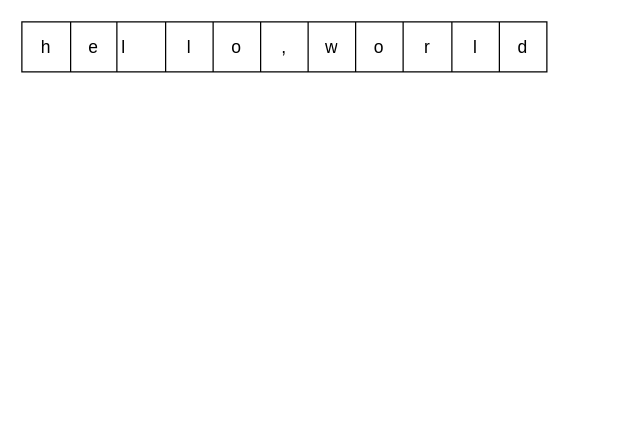
Earlier version of the draw.io diagram doc/diagram/第4章.drawio (houyaowei/front-end-beautifier-in-process). Source tidied: cells renumbered, new cells numbered last; positions are measured from the earlier drawing's top-left corner, leaving out a move shared by most shapes. Both pictures are drawn from the tidied source at 125%, with x=0, y=0 at pixel (21, 21).
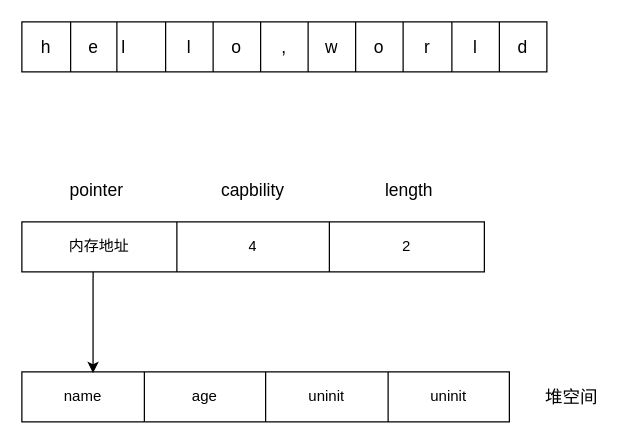
The same diagram, later.

Change to the diagram source:
```diff
@@
+    <mxCell id="15" style="shape=table;startSize=0;childLayout=tableLayout;" parent="1" vertex="1">
+      <mxGeometry y="160" width="370" height="40" as="geometry" />
+    </mxCell>
+    <mxCell id="16" style="shape=tableRow;horizontal=0;startSize=0;swimlaneHead=0;swimlaneBody=0;strokeColor=inherit;top=0;left=0;bottom=0;right=0;fillColor=none;points=[[0,0.5],[1,0.5]];portConstraint=eastwest;" parent="15" vertex="1">
+      <mxGeometry width="370" height="40" as="geometry" />
+    </mxCell>
+    <mxCell id="17" value="内存地址" style="shape=partialRectangle;html=1;whiteSpace=wrap;strokeColor=inherit;overflow=hidden;fillColor=none;top=0;left=0;bottom=0;right=0;" parent="16" vertex="1">
+      <mxGeometry width="124" height="40" as="geometry" />
+    </mxCell>
+    <mxCell id="18" value="4" style="shape=partialRectangle;html=1;whiteSpace=wrap;strokeColor=inherit;overflow=hidden;fillColor=none;top=0;left=0;bottom=0;right=0;" parent="16" vertex="1">
+      <mxGeometry x="124" width="122" height="40" as="geometry" />
+    </mxCell>
+    <mxCell id="19" value="2" style="shape=partialRectangle;html=1;whiteSpace=wrap;strokeColor=inherit;overflow=hidden;fillColor=none;top=0;left=0;bottom=0;right=0;" parent="16" vertex="1">
+      <mxGeometry x="246" width="124" height="40" as="geometry" />
+    </mxCell>
+    <mxCell id="20" style="shape=table;startSize=0;childLayout=tableLayout;" parent="1" vertex="1">
+      <mxGeometry y="280" width="390" height="40" as="geometry" />
+    </mxCell>
+    <mxCell id="21" style="shape=tableRow;horizontal=0;startSize=0;swimlaneHead=0;swimlaneBody=0;strokeColor=inherit;top=0;left=0;bottom=0;right=0;fillColor=none;points=[[0,0.5],[1,0.5]];portConstraint=eastwest;" parent="20" vertex="1">
+      <mxGeometry width="390" height="40" as="geometry" />
+    </mxCell>
+    <mxCell id="22" value="name" style="shape=partialRectangle;html=1;whiteSpace=wrap;strokeColor=inherit;overflow=hidden;fillColor=none;top=0;left=0;bottom=0;right=0;" parent="21" vertex="1">
+      <mxGeometry width="98" height="40" as="geometry" />
+    </mxCell>
+    <mxCell id="23" value="age" style="shape=partialRectangle;html=1;whiteSpace=wrap;strokeColor=inherit;overflow=hidden;fillColor=none;top=0;left=0;bottom=0;right=0;" parent="21" vertex="1">
+      <mxGeometry x="98" width="97" height="40" as="geometry" />
+    </mxCell>
+    <mxCell id="24" value="uninit" style="shape=partialRectangle;html=1;whiteSpace=wrap;strokeColor=inherit;overflow=hidden;fillColor=none;top=0;left=0;bottom=0;right=0;" parent="21" vertex="1">
+      <mxGeometry x="195" width="98" height="40" as="geometry" />
+    </mxCell>
+    <mxCell id="25" value="uninit" style="shape=partialRectangle;html=1;whiteSpace=wrap;strokeColor=inherit;overflow=hidden;fillColor=none;top=0;left=0;bottom=0;right=0;" parent="21" vertex="1">
+      <mxGeometry x="293" width="97" height="40" as="geometry" />
+    </mxCell>
+    <mxCell id="26" value="&lt;font style=&quot;font-size: 14px;&quot;&gt;pointer&lt;/font&gt;" style="text;html=1;align=center;verticalAlign=middle;whiteSpace=wrap;rounded=0;" parent="1" vertex="1">
+      <mxGeometry x="30" y="120" width="60" height="30" as="geometry" />
+    </mxCell>
+    <mxCell id="27" value="&lt;font style=&quot;font-size: 14px;&quot;&gt;capbility&lt;/font&gt;" style="text;html=1;align=center;verticalAlign=middle;whiteSpace=wrap;rounded=0;" parent="1" vertex="1">
+      <mxGeometry x="145" y="120" width="80" height="30" as="geometry" />
+    </mxCell>
+    <mxCell id="28" value="&lt;font style=&quot;font-size: 14px;&quot;&gt;length&lt;/font&gt;" style="text;html=1;align=center;verticalAlign=middle;whiteSpace=wrap;rounded=0;" parent="1" vertex="1">
+      <mxGeometry x="270" y="120" width="80" height="30" as="geometry" />
+    </mxCell>
+    <mxCell id="29" style="endArrow=classic;html=1;rounded=0;exitX=0.154;exitY=1;exitDx=0;exitDy=0;exitPerimeter=0;entryX=0.146;entryY=0.025;entryDx=0;entryDy=0;entryPerimeter=0;" parent="1" edge="1" source="16" target="21">
+      <mxGeometry relative="1" as="geometry" />
+    </mxCell>
+    <mxCell id="30" value="&lt;span style=&quot;font-size: 14px;&quot;&gt;堆空间&lt;/span&gt;" style="text;html=1;align=center;verticalAlign=middle;whiteSpace=wrap;rounded=0;" parent="1" vertex="1">
+      <mxGeometry x="410" y="285" width="60" height="30" as="geometry" />
+    </mxCell>
```
